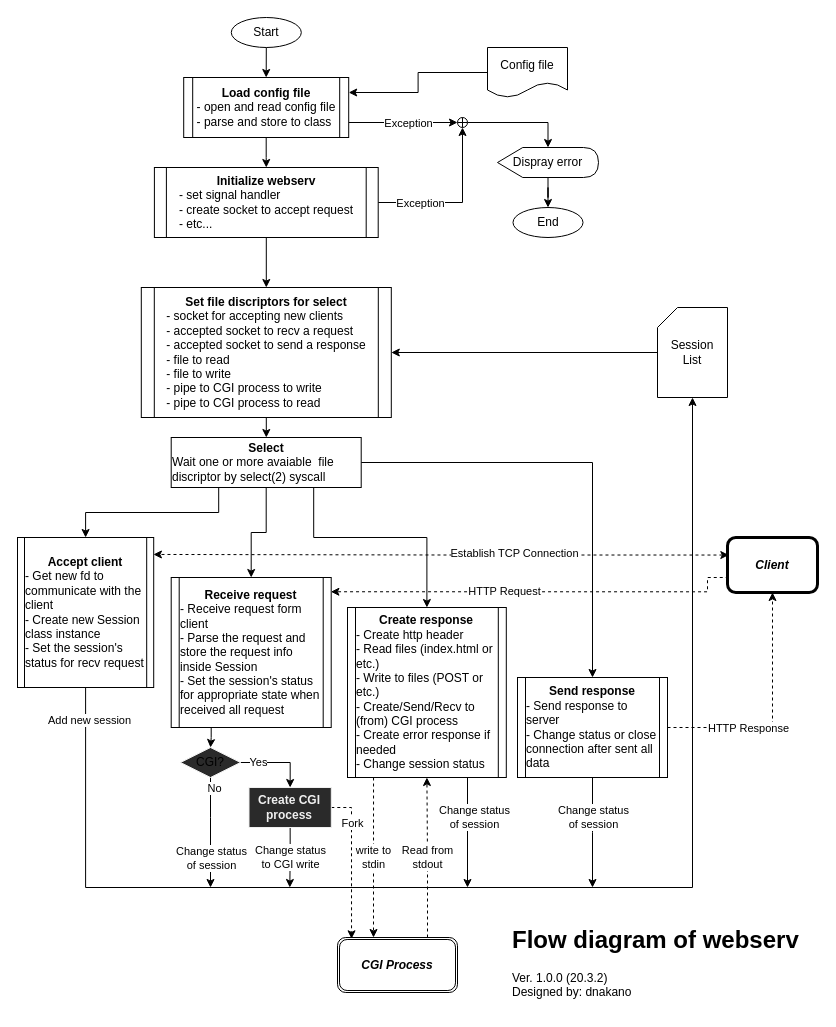
This is page "Whole" (1 of 3) of arch/flow.dio from dai65527/webserv, a draw.io file, before an edit. Source tidied: cells renumbered, new cells numbered last; positions are measured from the earlier drawing's top-left corner, leaving out a move shared by most shapes. Both pictures are drawn from the tidied source at 100%, with x=0, y=0 at pixel (17, 17).
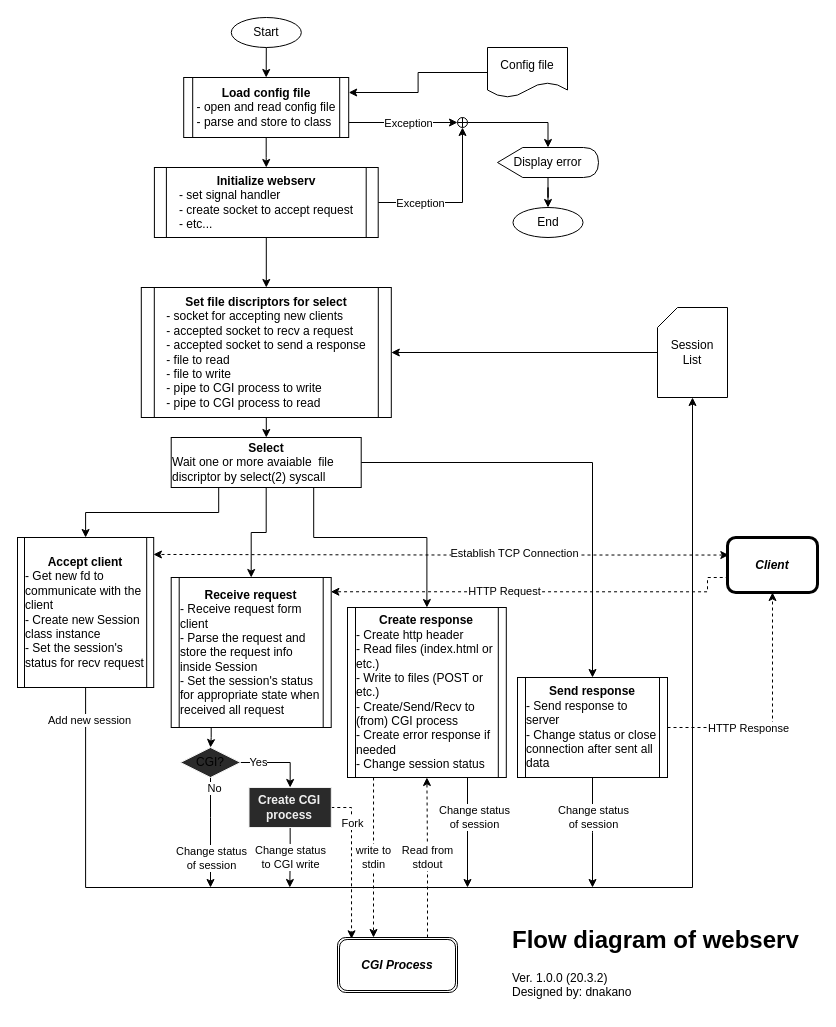
Above is the later version.

Change to the diagram source:
```diff
@@
-    <mxCell id="10" value="Dispray error" style="shape=display;whiteSpace=wrap;html=1;" parent="1" vertex="1">
+    <mxCell id="10" value="Display error" style="shape=display;whiteSpace=wrap;html=1;" parent="1" vertex="1">
       <mxGeometry x="480" y="130" width="101" height="30" as="geometry" />
     </mxCell>
```
